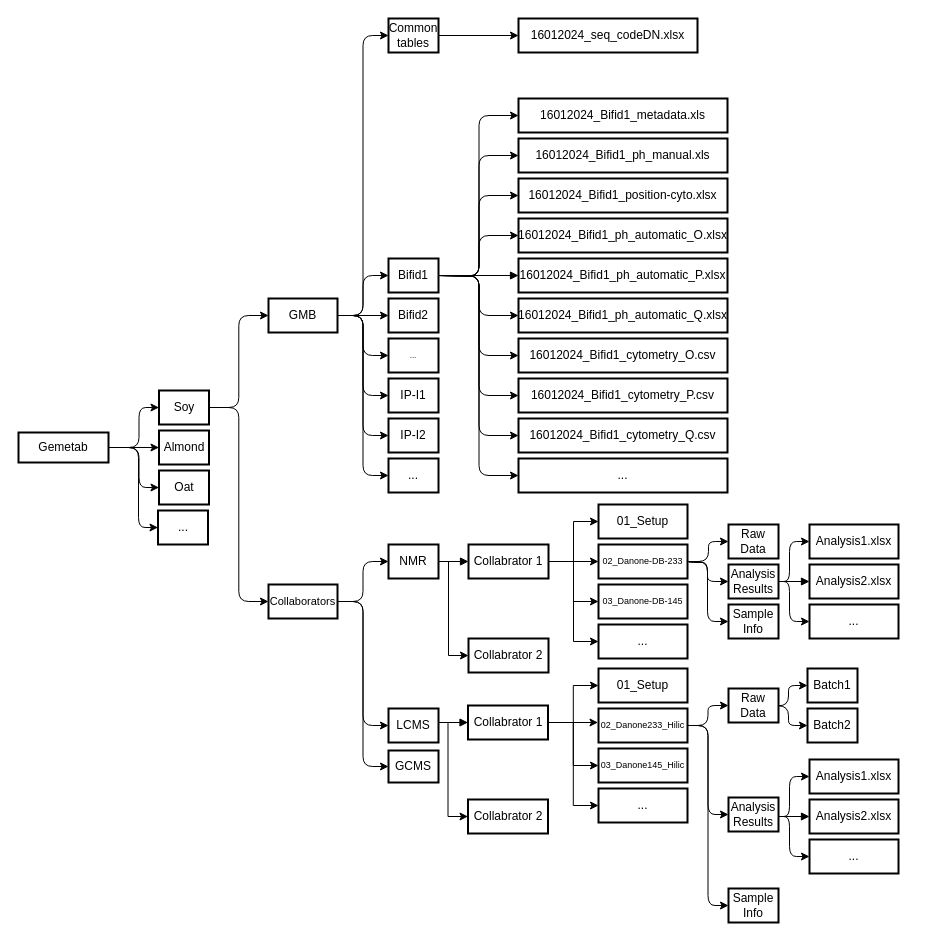
Earlier version of the draw.io diagram Diagramme sans nom.drawio (Yoseko/first_streamlit_app). Source tidied: cells renumbered, new cells numbered last; positions are measured from the earlier drawing's top-left corner, leaving out a move shared by most shapes. Both pictures are drawn from the tidied source at 100%, with x=0, y=0 at pixel (18, 18).
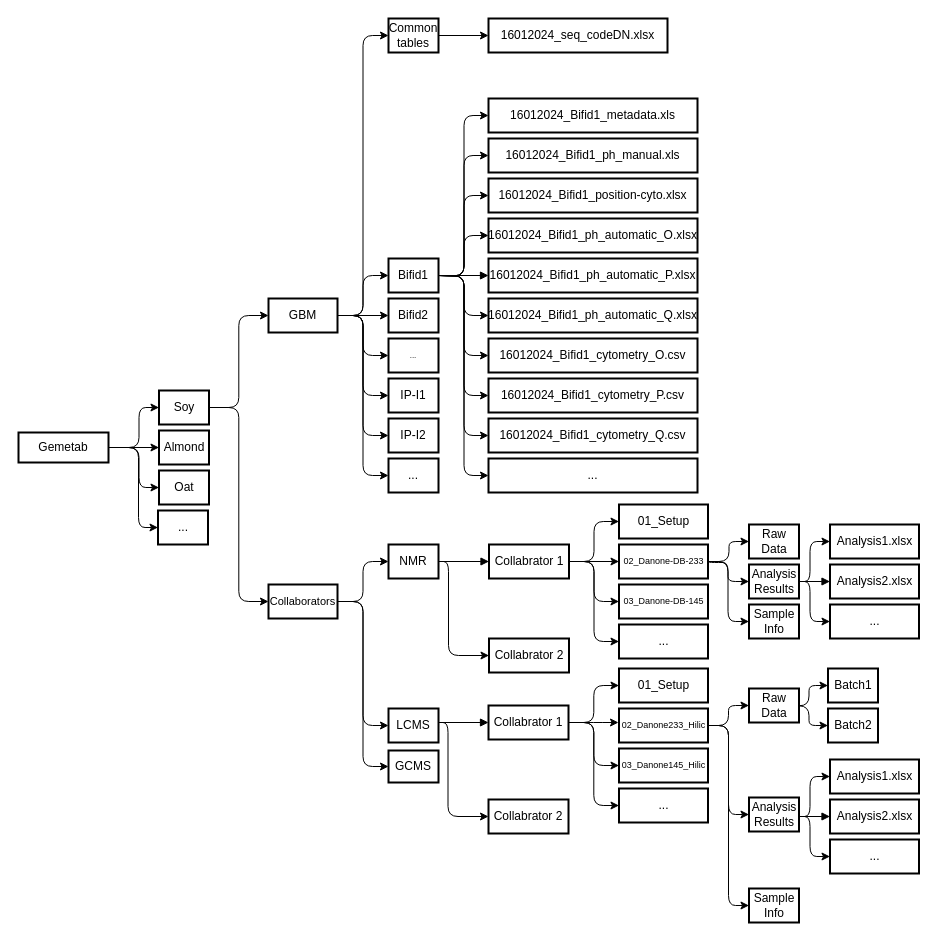
The same page after the edit.

Unchanged cells that the change refers to:
```xml
<mxCell id="24" value="NMR" style="whiteSpace=wrap;strokeWidth=2;" parent="1" vertex="1">
  <mxGeometry x="370" y="526" width="50" height="34" as="geometry" />
</mxCell>
```

The edit, as a diff of the source:
```diff
@@
-    <mxCell id="15" value="GMB" style="whiteSpace=wrap;strokeWidth=2;" parent="1" vertex="1">
+    <mxCell id="15" value="GBM" style="whiteSpace=wrap;strokeWidth=2;" parent="1" vertex="1">
       <mxGeometry x="250" y="280" width="69" height="34" as="geometry" />
     </mxCell>
@@
-    <mxCell id="23" style="edgeStyle=orthogonalEdgeStyle;rounded=0;jettySize=auto;html=1;exitX=1;exitY=0.5;exitDx=0;exitDy=0;entryX=0;entryY=0.5;entryDx=0;entryDy=0;" parent="1" edge="1" source="24" target="101">
+    <mxCell id="23" style="edgeStyle=orthogonalEdgeStyle;rounded=1;jettySize=auto;html=1;exitX=1;exitY=0.5;exitDx=0;exitDy=0;entryX=0;entryY=0.5;entryDx=0;entryDy=0;curved=0;" parent="1" edge="1" source="24" target="101">
       <mxGeometry relative="1" as="geometry">
         <Array as="points">
           <mxPoint x="430" y="543" />
           <mxPoint x="430" y="637" />
         </Array>
       </mxGeometry>
     </mxCell>
@@
     <mxCell id="27" style="edgeStyle=orthogonalEdgeStyle;rounded=1;jettySize=auto;html=1;exitX=1;exitY=0.5;exitDx=0;exitDy=0;entryX=0;entryY=0.5;entryDx=0;entryDy=0;strokeColor=none;curved=0;" parent="1" edge="1" target="50">
       <mxGeometry relative="1" as="geometry">
-        <mxPoint x="460" y="257" as="sourcePoint" />
+        <mxPoint x="430" y="257" as="sourcePoint" />
       </mxGeometry>
     </mxCell>
@@
     <mxCell id="31" value="01_Setup" style="whiteSpace=wrap;strokeWidth=2;" parent="1" vertex="1">
-      <mxGeometry x="580" y="486" width="89" height="34" as="geometry" />
+      <mxGeometry x="600.5" y="486" width="89" height="34" as="geometry" />
     </mxCell>
     <mxCell id="32" style="edgeStyle=orthogonalEdgeStyle;rounded=1;jettySize=auto;html=1;curved=0;entryX=0;entryY=0.5;entryDx=0;entryDy=0;" parent="1" edge="1" target="38">
       <mxGeometry relative="1" as="geometry">
-        <mxPoint x="670" y="543" as="sourcePoint" />
+        <mxPoint x="690.5" y="543" as="sourcePoint" />
         <Array as="points">
-          <mxPoint x="670" y="544" />
-          <mxPoint x="689" y="544" />
-          <mxPoint x="689" y="563" />
+          <mxPoint x="690.5" y="544" />
+          <mxPoint x="709.5" y="544" />
+          <mxPoint x="709.5" y="563" />
         </Array>
       </mxGeometry>
     </mxCell>
     <mxCell id="33" style="edgeStyle=orthogonalEdgeStyle;rounded=1;jettySize=auto;html=1;exitX=1;exitY=0.5;exitDx=0;exitDy=0;entryX=0;entryY=0.5;entryDx=0;entryDy=0;curved=0;" parent="1" edge="1" source="34" target="94">
       <mxGeometry relative="1" as="geometry">
         <Array as="points">
-          <mxPoint x="689" y="543" />
-          <mxPoint x="689" y="603" />
+          <mxPoint x="709.5" y="543" />
+          <mxPoint x="709.5" y="603" />
         </Array>
       </mxGeometry>
     </mxCell>
     <mxCell id="34" value="02_Danone-DB-233" style="whiteSpace=wrap;strokeWidth=2;fontSize=9;" parent="1" vertex="1">
-      <mxGeometry x="580" y="526" width="89" height="34" as="geometry" />
+      <mxGeometry x="600.5" y="526" width="89" height="34" as="geometry" />
     </mxCell>
@@
     <mxCell id="36" value="03_Danone-DB-145" style="whiteSpace=wrap;strokeWidth=2;fontSize=9;" parent="1" vertex="1">
-      <mxGeometry x="580" y="566" width="89" height="34" as="geometry" />
+      <mxGeometry x="600.5" y="566" width="89" height="34" as="geometry" />
     </mxCell>
     <mxCell id="37" value="Raw Data" style="whiteSpace=wrap;strokeWidth=2;" parent="1" vertex="1">
-      <mxGeometry x="710" y="506" width="50" height="34" as="geometry" />
+      <mxGeometry x="730.5" y="506" width="50" height="34" as="geometry" />
     </mxCell>
     <mxCell id="38" value="Analysis Results" style="whiteSpace=wrap;strokeWidth=2;" parent="1" vertex="1">
-      <mxGeometry x="710" y="546" width="50" height="34" as="geometry" />
+      <mxGeometry x="730.5" y="546" width="50" height="34" as="geometry" />
     </mxCell>
     <mxCell id="39" style="edgeStyle=orthogonalEdgeStyle;rounded=1;jettySize=auto;html=1;exitX=1;exitY=0.5;exitDx=0;exitDy=0;entryX=0;entryY=0.5;entryDx=0;entryDy=0;curved=0;" parent="1" edge="1" target="37">
       <mxGeometry relative="1" as="geometry">
-        <mxPoint x="670" y="543" as="sourcePoint" />
+        <mxPoint x="690.5" y="543" as="sourcePoint" />
         <Array as="points">
-          <mxPoint x="690" y="543" />
-          <mxPoint x="690" y="523" />
+          <mxPoint x="710.5" y="543" />
+          <mxPoint x="710.5" y="523" />
         </Array>
       </mxGeometry>
     </mxCell>
@@
     <mxCell id="41" value="..." style="whiteSpace=wrap;strokeWidth=2;" parent="1" vertex="1">
-      <mxGeometry x="580" y="606" width="89" height="34" as="geometry" />
+      <mxGeometry x="600.5" y="606" width="89" height="34" as="geometry" />
     </mxCell>
@@
     <mxCell id="43" value="16012024_Bifid1_ph_automatic_O.xlsx" style="whiteSpace=wrap;strokeWidth=2;" parent="1" vertex="1">
-      <mxGeometry x="500" y="200" width="209" height="34" as="geometry" />
+      <mxGeometry x="470" y="200" width="209" height="34" as="geometry" />
     </mxCell>
     <mxCell id="44" value="16012024_Bifid1_ph_automatic_P.xlsx" style="whiteSpace=wrap;strokeWidth=2;" parent="1" vertex="1">
-      <mxGeometry x="500" y="240" width="209" height="34" as="geometry" />
+      <mxGeometry x="470" y="240" width="209" height="34" as="geometry" />
     </mxCell>
@@
     <mxCell id="46" value="16012024_Bifid1_ph_automatic_Q.xlsx" style="whiteSpace=wrap;strokeWidth=2;" parent="1" vertex="1">
-      <mxGeometry x="500" y="280" width="209" height="34" as="geometry" />
+      <mxGeometry x="470" y="280" width="209" height="34" as="geometry" />
     </mxCell>
     <mxCell id="47" value="16012024_Bifid1_cytometry_O.csv" style="whiteSpace=wrap;strokeWidth=2;" parent="1" vertex="1">
-      <mxGeometry x="500" y="320" width="209" height="34" as="geometry" />
+      <mxGeometry x="470" y="320" width="209" height="34" as="geometry" />
     </mxCell>
     <mxCell id="48" value="16012024_Bifid1_ph_manual.xls" style="whiteSpace=wrap;strokeWidth=2;" parent="1" vertex="1">
-      <mxGeometry x="500" y="120" width="209" height="34" as="geometry" />
+      <mxGeometry x="470" y="120" width="209" height="34" as="geometry" />
     </mxCell>
     <mxCell id="49" value="16012024_seq_codeDN.xlsx" style="whiteSpace=wrap;strokeWidth=2;" parent="1" vertex="1">
-      <mxGeometry x="500" width="179" height="34" as="geometry" />
+      <mxGeometry x="470" width="179" height="34" as="geometry" />
     </mxCell>
     <mxCell id="50" value="16012024_Bifid1_position-cyto.xlsx" style="whiteSpace=wrap;strokeWidth=2;" parent="1" vertex="1">
-      <mxGeometry x="500" y="160" width="209" height="34" as="geometry" />
+      <mxGeometry x="470" y="160" width="209" height="34" as="geometry" />
     </mxCell>
     <mxCell id="51" value="16012024_Bifid1_cytometry_Q.csv" style="whiteSpace=wrap;strokeWidth=2;" parent="1" vertex="1">
-      <mxGeometry x="500" y="400" width="209" height="34" as="geometry" />
+      <mxGeometry x="470" y="400" width="209" height="34" as="geometry" />
     </mxCell>
     <mxCell id="52" value="16012024_Bifid1_cytometry_P.csv" style="whiteSpace=wrap;strokeWidth=2;" parent="1" vertex="1">
-      <mxGeometry x="500" y="360" width="209" height="34" as="geometry" />
+      <mxGeometry x="470" y="360" width="209" height="34" as="geometry" />
     </mxCell>
     <mxCell id="53" value="16012024_Bifid1_metadata.xls" style="whiteSpace=wrap;strokeWidth=2;" parent="1" vertex="1">
-      <mxGeometry x="500" y="80" width="209" height="34" as="geometry" />
+      <mxGeometry x="470" y="80" width="209" height="34" as="geometry" />
     </mxCell>
     <mxCell id="54" value="..." style="whiteSpace=wrap;strokeWidth=2;" parent="1" vertex="1">
-      <mxGeometry x="500" y="440" width="209" height="34" as="geometry" />
+      <mxGeometry x="470" y="440" width="209" height="34" as="geometry" />
     </mxCell>
@@
     <mxCell id="63" style="edgeStyle=orthogonalEdgeStyle;rounded=1;jettySize=auto;html=1;exitX=1;exitY=0.5;exitDx=0;exitDy=0;entryX=0;entryY=0.5;entryDx=0;entryDy=0;curved=0;" parent="1" edge="1" target="65">
       <mxGeometry relative="1" as="geometry">
-        <mxPoint x="760" y="563" as="sourcePoint" />
+        <mxPoint x="780.5" y="563" as="sourcePoint" />
         <Array as="points">
-          <mxPoint x="771" y="563" />
-          <mxPoint x="771" y="523" />
+          <mxPoint x="791.5" y="563" />
+          <mxPoint x="791.5" y="523" />
         </Array>
       </mxGeometry>
     </mxCell>
     <mxCell id="64" style="edgeStyle=orthogonalEdgeStyle;rounded=1;jettySize=auto;html=1;exitX=1;exitY=0.5;exitDx=0;exitDy=0;entryX=0;entryY=0.5;entryDx=0;entryDy=0;curved=0;" parent="1" edge="1" target="68">
       <mxGeometry relative="1" as="geometry">
-        <mxPoint x="760" y="563" as="sourcePoint" />
+        <mxPoint x="780.5" y="563" as="sourcePoint" />
         <Array as="points">
-          <mxPoint x="771" y="563" />
-          <mxPoint x="771" y="603" />
+          <mxPoint x="791.5" y="563" />
+          <mxPoint x="791.5" y="603" />
         </Array>
       </mxGeometry>
     </mxCell>
     <mxCell id="65" value="Analysis1.xlsx" style="whiteSpace=wrap;strokeWidth=2;" parent="1" vertex="1">
-      <mxGeometry x="791" y="506" width="89" height="34" as="geometry" />
+      <mxGeometry x="811.5" y="506" width="89" height="34" as="geometry" />
     </mxCell>
     <mxCell id="66" value="Analysis2.xlsx" style="whiteSpace=wrap;strokeWidth=2;" parent="1" vertex="1">
-      <mxGeometry x="791" y="546" width="89" height="34" as="geometry" />
+      <mxGeometry x="811.5" y="546" width="89" height="34" as="geometry" />
     </mxCell>
     <mxCell id="67" style="curved=0;startArrow=none;endArrow=block;entryX=0;entryY=0.5;entryDx=0;entryDy=0;rounded=1;" parent="1" edge="1" target="66">
       <mxGeometry relative="1" as="geometry">
-        <mxPoint x="761" y="563" as="sourcePoint" />
+        <mxPoint x="781.5" y="563" as="sourcePoint" />
       </mxGeometry>
     </mxCell>
     <mxCell id="68" value="..." style="whiteSpace=wrap;strokeWidth=2;" parent="1" vertex="1">
-      <mxGeometry x="791" y="586" width="89" height="34" as="geometry" />
+      <mxGeometry x="811.5" y="586" width="89" height="34" as="geometry" />
     </mxCell>
@@
     <mxCell id="72" value="01_Setup" style="whiteSpace=wrap;strokeWidth=2;" parent="1" vertex="1">
-      <mxGeometry x="580" y="650" width="89" height="34" as="geometry" />
+      <mxGeometry x="600.5" y="650" width="89" height="34" as="geometry" />
     </mxCell>
     <mxCell id="73" style="edgeStyle=orthogonalEdgeStyle;rounded=1;jettySize=auto;html=1;exitX=1;exitY=0.5;exitDx=0;exitDy=0;entryX=0;entryY=0.5;entryDx=0;entryDy=0;curved=0;" parent="1" edge="1" target="81">
       <mxGeometry relative="1" as="geometry">
-        <mxPoint x="749" y="687" as="sourcePoint" />
+        <mxPoint x="769.5" y="687" as="sourcePoint" />
       </mxGeometry>
     </mxCell>
     <mxCell id="74" style="edgeStyle=orthogonalEdgeStyle;rounded=1;jettySize=auto;html=1;exitX=1;exitY=0.5;exitDx=0;exitDy=0;entryX=0;entryY=0.5;entryDx=0;entryDy=0;curved=0;" parent="1" edge="1" target="82">
       <mxGeometry relative="1" as="geometry">
-        <mxPoint x="749" y="687" as="sourcePoint" />
+        <mxPoint x="769.5" y="687" as="sourcePoint" />
       </mxGeometry>
     </mxCell>
@@
     <mxCell id="78" value="02_Danone233_Hilic" style="whiteSpace=wrap;strokeWidth=2;fontSize=9;" parent="1" vertex="1">
-      <mxGeometry x="580" y="690" width="89" height="34" as="geometry" />
+      <mxGeometry x="600.5" y="690" width="89" height="34" as="geometry" />
     </mxCell>
     <mxCell id="79" value="03_Danone145_Hilic" style="whiteSpace=wrap;strokeWidth=2;fontSize=9;" parent="1" vertex="1">
-      <mxGeometry x="580" y="730" width="89" height="34" as="geometry" />
+      <mxGeometry x="600.5" y="730" width="89" height="34" as="geometry" />
     </mxCell>
     <mxCell id="80" value="..." style="whiteSpace=wrap;strokeWidth=2;" parent="1" vertex="1">
-      <mxGeometry x="580" y="770" width="89" height="34" as="geometry" />
+      <mxGeometry x="600.5" y="770" width="89" height="34" as="geometry" />
     </mxCell>
     <mxCell id="81" value="Batch1" style="whiteSpace=wrap;strokeWidth=2;" parent="1" vertex="1">
-      <mxGeometry x="789" y="650" width="50" height="34" as="geometry" />
+      <mxGeometry x="809.5" y="650" width="50" height="34" as="geometry" />
     </mxCell>
     <mxCell id="82" value="Batch2" style="whiteSpace=wrap;strokeWidth=2;" parent="1" vertex="1">
-      <mxGeometry x="789" y="690" width="50" height="34" as="geometry" />
+      <mxGeometry x="809.5" y="690" width="50" height="34" as="geometry" />
     </mxCell>
     <mxCell id="83" value="Raw Data" style="whiteSpace=wrap;strokeWidth=2;" parent="1" vertex="1">
-      <mxGeometry x="710" y="670" width="50" height="34" as="geometry" />
+      <mxGeometry x="730.5" y="670" width="50" height="34" as="geometry" />
     </mxCell>
     <mxCell id="84" value="Analysis Results" style="whiteSpace=wrap;strokeWidth=2;" parent="1" vertex="1">
-      <mxGeometry x="710" y="779" width="50" height="34" as="geometry" />
+      <mxGeometry x="730.5" y="779" width="50" height="34" as="geometry" />
     </mxCell>
     <mxCell id="85" style="edgeStyle=orthogonalEdgeStyle;rounded=1;jettySize=auto;html=1;exitX=1;exitY=0.5;exitDx=0;exitDy=0;entryX=0;entryY=0.5;entryDx=0;entryDy=0;curved=0;" parent="1" edge="1" target="87">
       <mxGeometry relative="1" as="geometry">
-        <mxPoint x="760" y="798" as="sourcePoint" />
+        <mxPoint x="780.5" y="798" as="sourcePoint" />
         <Array as="points">
-          <mxPoint x="771" y="798" />
-          <mxPoint x="771" y="758" />
+          <mxPoint x="791.5" y="798" />
+          <mxPoint x="791.5" y="758" />
         </Array>
       </mxGeometry>
     </mxCell>
     <mxCell id="86" style="edgeStyle=orthogonalEdgeStyle;rounded=1;jettySize=auto;html=1;exitX=1;exitY=0.5;exitDx=0;exitDy=0;entryX=0;entryY=0.5;entryDx=0;entryDy=0;curved=0;" parent="1" edge="1" target="90">
       <mxGeometry relative="1" as="geometry">
-        <mxPoint x="760" y="798" as="sourcePoint" />
+        <mxPoint x="780.5" y="798" as="sourcePoint" />
         <Array as="points">
-          <mxPoint x="771" y="798" />
-          <mxPoint x="771" y="838" />
+          <mxPoint x="791.5" y="798" />
+          <mxPoint x="791.5" y="838" />
         </Array>
       </mxGeometry>
     </mxCell>
     <mxCell id="87" value="Analysis1.xlsx" style="whiteSpace=wrap;strokeWidth=2;" parent="1" vertex="1">
-      <mxGeometry x="791" y="741" width="89" height="34" as="geometry" />
+      <mxGeometry x="811.5" y="741" width="89" height="34" as="geometry" />
     </mxCell>
     <mxCell id="88" value="Analysis2.xlsx" style="whiteSpace=wrap;strokeWidth=2;" parent="1" vertex="1">
-      <mxGeometry x="791" y="781" width="89" height="34" as="geometry" />
+      <mxGeometry x="811.5" y="781" width="89" height="34" as="geometry" />
     </mxCell>
     <mxCell id="89" style="curved=0;startArrow=none;endArrow=block;entryX=0;entryY=0.5;entryDx=0;entryDy=0;rounded=1;" parent="1" edge="1" target="88">
       <mxGeometry relative="1" as="geometry">
-        <mxPoint x="761" y="798" as="sourcePoint" />
+        <mxPoint x="781.5" y="798" as="sourcePoint" />
       </mxGeometry>
     </mxCell>
     <mxCell id="90" value="..." style="whiteSpace=wrap;strokeWidth=2;" parent="1" vertex="1">
-      <mxGeometry x="791" y="821" width="89" height="34" as="geometry" />
+      <mxGeometry x="811.5" y="821" width="89" height="34" as="geometry" />
     </mxCell>
@@
     <mxCell id="94" value="Sample Info" style="whiteSpace=wrap;strokeWidth=2;" parent="1" vertex="1">
-      <mxGeometry x="710" y="586" width="50" height="34" as="geometry" />
+      <mxGeometry x="730.5" y="586" width="50" height="34" as="geometry" />
     </mxCell>
     <mxCell id="95" value="Sample Info" style="whiteSpace=wrap;strokeWidth=2;" parent="1" vertex="1">
-      <mxGeometry x="710" y="870" width="50" height="34" as="geometry" />
+      <mxGeometry x="730.5" y="870" width="50" height="34" as="geometry" />
     </mxCell>
-    <mxCell id="96" style="edgeStyle=orthogonalEdgeStyle;rounded=0;jettySize=auto;html=1;exitX=1;exitY=0.5;exitDx=0;exitDy=0;entryX=0;entryY=0.5;entryDx=0;entryDy=0;" parent="1" edge="1" source="100" target="31">
+    <mxCell id="96" style="edgeStyle=orthogonalEdgeStyle;rounded=1;jettySize=auto;html=1;exitX=1;exitY=0.5;exitDx=0;exitDy=0;entryX=0;entryY=0.5;entryDx=0;entryDy=0;curved=0;" parent="1" edge="1" source="100" target="31">
       <mxGeometry relative="1" as="geometry" />
     </mxCell>
-    <mxCell id="97" style="edgeStyle=orthogonalEdgeStyle;rounded=0;jettySize=auto;html=1;exitX=1;exitY=0.5;exitDx=0;exitDy=0;entryX=0;entryY=0.5;entryDx=0;entryDy=0;" parent="1" edge="1" source="100" target="36">
+    <mxCell id="97" style="edgeStyle=orthogonalEdgeStyle;rounded=1;jettySize=auto;html=1;exitX=1;exitY=0.5;exitDx=0;exitDy=0;entryX=0;entryY=0.5;entryDx=0;entryDy=0;curved=0;" parent="1" edge="1" source="100" target="36">
       <mxGeometry relative="1" as="geometry" />
     </mxCell>
-    <mxCell id="98" style="edgeStyle=orthogonalEdgeStyle;rounded=0;jettySize=auto;html=1;exitX=1;exitY=0.5;exitDx=0;exitDy=0;entryX=0;entryY=0.5;entryDx=0;entryDy=0;" parent="1" edge="1" source="100" target="34">
+    <mxCell id="98" style="edgeStyle=orthogonalEdgeStyle;rounded=1;jettySize=auto;html=1;exitX=1;exitY=0.5;exitDx=0;exitDy=0;entryX=0;entryY=0.5;entryDx=0;entryDy=0;curved=0;" parent="1" edge="1" source="100" target="34">
       <mxGeometry relative="1" as="geometry" />
     </mxCell>
-    <mxCell id="99" style="edgeStyle=orthogonalEdgeStyle;rounded=0;jettySize=auto;html=1;exitX=1;exitY=0.5;exitDx=0;exitDy=0;entryX=0;entryY=0.5;entryDx=0;entryDy=0;" parent="1" edge="1" source="100" target="41">
+    <mxCell id="99" style="edgeStyle=orthogonalEdgeStyle;rounded=1;jettySize=auto;html=1;exitX=1;exitY=0.5;exitDx=0;exitDy=0;entryX=0;entryY=0.5;entryDx=0;entryDy=0;curved=0;" parent="1" edge="1" source="100" target="41">
       <mxGeometry relative="1" as="geometry" />
     </mxCell>
     <mxCell id="100" value="Collabrator 1" style="whiteSpace=wrap;strokeWidth=2;" parent="1" vertex="1">
-      <mxGeometry x="450" y="526" width="80" height="34" as="geometry" />
+      <mxGeometry x="470.5" y="526" width="80" height="34" as="geometry" />
     </mxCell>
     <mxCell id="101" value="Collabrator 2" style="whiteSpace=wrap;strokeWidth=2;" parent="1" vertex="1">
-      <mxGeometry x="450" y="620" width="80" height="34" as="geometry" />
+      <mxGeometry x="470.5" y="620" width="80" height="34" as="geometry" />
     </mxCell>
-    <mxCell id="102" style="edgeStyle=orthogonalEdgeStyle;rounded=0;jettySize=auto;html=1;exitX=1;exitY=0.5;exitDx=0;exitDy=0;entryX=0;entryY=0.5;entryDx=0;entryDy=0;" parent="1" edge="1" target="109">
+    <mxCell id="102" style="edgeStyle=orthogonalEdgeStyle;rounded=1;jettySize=auto;html=1;exitX=1;exitY=0.5;exitDx=0;exitDy=0;entryX=0;entryY=0.5;entryDx=0;entryDy=0;curved=0;" parent="1" edge="1" target="109">
       <mxGeometry relative="1" as="geometry">
         <mxPoint x="419.5" y="704" as="sourcePoint" />
         <Array as="points">
           <mxPoint x="429.5" y="704" />
           <mxPoint x="429.5" y="798" />
         </Array>
       </mxGeometry>
     </mxCell>
@@
-    <mxCell id="104" style="edgeStyle=orthogonalEdgeStyle;rounded=0;jettySize=auto;html=1;exitX=1;exitY=0.5;exitDx=0;exitDy=0;entryX=0;entryY=0.5;entryDx=0;entryDy=0;" parent="1" edge="1" source="108">
+    <mxCell id="104" style="edgeStyle=orthogonalEdgeStyle;rounded=1;jettySize=auto;html=1;exitX=1;exitY=0.5;exitDx=0;exitDy=0;entryX=0;entryY=0.5;entryDx=0;entryDy=0;curved=0;" parent="1" edge="1" source="108">
       <mxGeometry relative="1" as="geometry">
-        <mxPoint x="579.5" y="704" as="targetPoint" />
+        <mxPoint x="600" y="704" as="targetPoint" />
       </mxGeometry>
     </mxCell>
-    <mxCell id="105" style="edgeStyle=orthogonalEdgeStyle;rounded=0;jettySize=auto;html=1;exitX=1;exitY=0.5;exitDx=0;exitDy=0;entryX=0;entryY=0.5;entryDx=0;entryDy=0;" parent="1" edge="1" source="108" target="72">
+    <mxCell id="105" style="edgeStyle=orthogonalEdgeStyle;rounded=1;jettySize=auto;html=1;exitX=1;exitY=0.5;exitDx=0;exitDy=0;entryX=0;entryY=0.5;entryDx=0;entryDy=0;curved=0;" parent="1" edge="1" source="108" target="72">
       <mxGeometry relative="1" as="geometry" />
     </mxCell>
-    <mxCell id="106" style="edgeStyle=orthogonalEdgeStyle;rounded=0;jettySize=auto;html=1;exitX=1;exitY=0.5;exitDx=0;exitDy=0;entryX=0;entryY=0.5;entryDx=0;entryDy=0;" parent="1" edge="1" source="108" target="79">
+    <mxCell id="106" style="edgeStyle=orthogonalEdgeStyle;rounded=1;jettySize=auto;html=1;exitX=1;exitY=0.5;exitDx=0;exitDy=0;entryX=0;entryY=0.5;entryDx=0;entryDy=0;curved=0;" parent="1" edge="1" source="108" target="79">
       <mxGeometry relative="1" as="geometry" />
     </mxCell>
-    <mxCell id="107" style="edgeStyle=orthogonalEdgeStyle;rounded=0;jettySize=auto;html=1;exitX=1;exitY=0.5;exitDx=0;exitDy=0;entryX=0;entryY=0.5;entryDx=0;entryDy=0;" parent="1" edge="1" source="108" target="80">
+    <mxCell id="107" style="edgeStyle=orthogonalEdgeStyle;rounded=1;jettySize=auto;html=1;exitX=1;exitY=0.5;exitDx=0;exitDy=0;entryX=0;entryY=0.5;entryDx=0;entryDy=0;curved=0;" parent="1" edge="1" source="108" target="80">
       <mxGeometry relative="1" as="geometry" />
     </mxCell>
     <mxCell id="108" value="Collabrator 1" style="whiteSpace=wrap;strokeWidth=2;" parent="1" vertex="1">
-      <mxGeometry x="449.5" y="687" width="80" height="34" as="geometry" />
+      <mxGeometry x="470" y="687" width="80" height="34" as="geometry" />
     </mxCell>
     <mxCell id="109" value="Collabrator 2" style="whiteSpace=wrap;strokeWidth=2;" parent="1" vertex="1">
-      <mxGeometry x="449.5" y="781" width="80" height="34" as="geometry" />
+      <mxGeometry x="470" y="781" width="80" height="34" as="geometry" />
     </mxCell>
```
